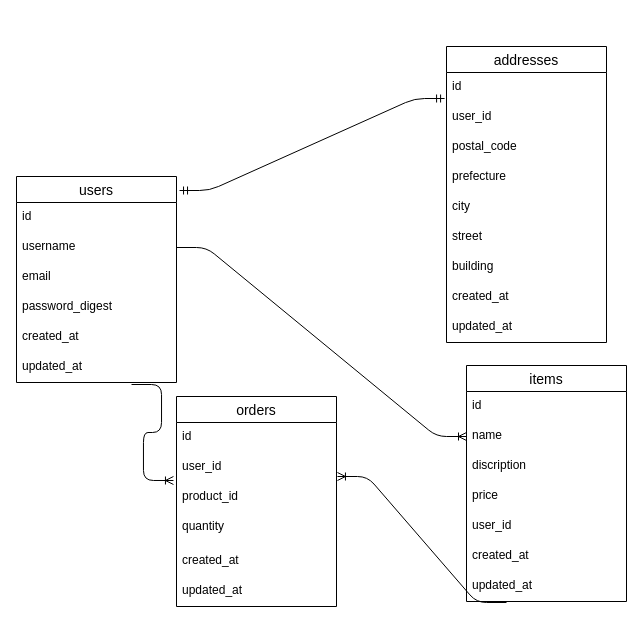
The draw.io diagram app/views/ER.dio in shogo-ohya/furima-39501, before the edit. Source tidied: cells renumbered, new cells numbered last; positions are measured from the earlier drawing's top-left corner, leaving out a move shared by most shapes. Both pictures are drawn from the tidied source at 100%, with x=0, y=0 at pixel (16, 46).
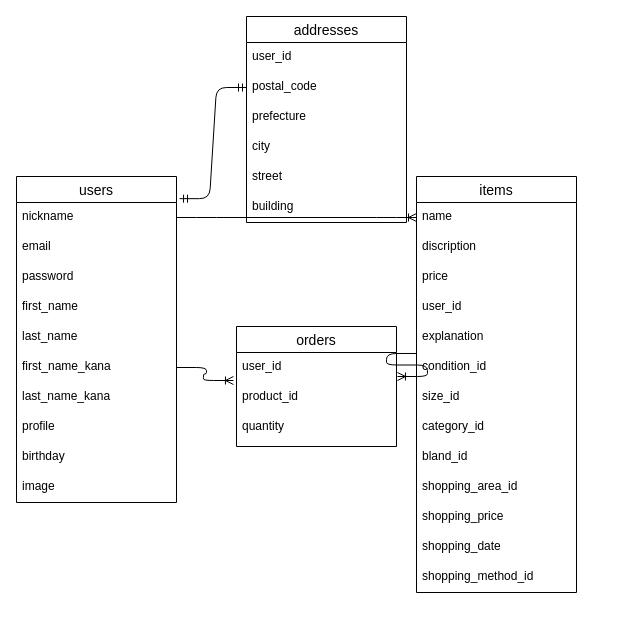
The same diagram, later.

Diff of the diagram source:
```diff
@@
     <mxCell id="2" value="users" style="swimlane;fontStyle=0;horizontal=1;startSize=26;align=center;fontSize=14;strokeColor=default;" parent="1" vertex="1">
-      <mxGeometry y="130" width="160" height="206" as="geometry" />
+      <mxGeometry y="130" width="160" height="326" as="geometry" />
     </mxCell>
-    <mxCell id="3" value="id" style="text;strokeColor=none;fillColor=none;spacingLeft=4;spacingRight=4;overflow=hidden;fontSize=12;" parent="2" vertex="1">
-      <mxGeometry y="26" width="160" height="30" as="geometry" />
-    </mxCell>
-    <mxCell id="4" value="username" style="text;strokeColor=none;fillColor=none;spacingLeft=4;spacingRight=4;overflow=hidden;points=[[0,0.5],[1,0.5]];portConstraint=eastwest;fontSize=12;" parent="2" vertex="1">
-      <mxGeometry y="56" width="160" height="30" as="geometry" />
+    <mxCell id="4" value="nickname" style="text;strokeColor=none;fillColor=none;spacingLeft=4;spacingRight=4;overflow=hidden;points=[[0,0.5],[1,0.5]];portConstraint=eastwest;fontSize=12;" parent="2" vertex="1">
+      <mxGeometry y="26" width="160" height="30" as="geometry" />
     </mxCell>
     <mxCell id="5" value="email" style="text;strokeColor=none;fillColor=none;spacingLeft=4;spacingRight=4;overflow=hidden;fontSize=12;" parent="2" vertex="1">
-      <mxGeometry y="86" width="160" height="30" as="geometry" />
+      <mxGeometry y="56" width="160" height="30" as="geometry" />
     </mxCell>
-    <mxCell id="6" value="password_digest" style="text;strokeColor=none;fillColor=none;spacingLeft=4;spacingRight=4;overflow=hidden;fontSize=12;" parent="2" vertex="1">
-      <mxGeometry y="116" width="160" height="30" as="geometry" />
+    <mxCell id="6" value="password" style="text;strokeColor=none;fillColor=none;spacingLeft=4;spacingRight=4;overflow=hidden;fontSize=12;" parent="2" vertex="1">
+      <mxGeometry y="86" width="160" height="30" as="geometry" />
     </mxCell>
-    <mxCell id="7" value="created_at" style="text;strokeColor=none;fillColor=none;spacingLeft=4;spacingRight=4;overflow=hidden;fontSize=12;" parent="2" vertex="1">
-      <mxGeometry y="146" width="160" height="30" as="geometry" />
+    <mxCell id="7" value="first_name" style="text;strokeColor=none;fillColor=none;spacingLeft=4;spacingRight=4;overflow=hidden;fontSize=12;" parent="2" vertex="1">
+      <mxGeometry y="116" width="160" height="30" as="geometry" />
     </mxCell>
-    <mxCell id="8" value="updated_at" style="text;strokeColor=none;fillColor=none;spacingLeft=4;spacingRight=4;overflow=hidden;points=[[0,0.5],[1,0.5]];portConstraint=eastwest;fontSize=12;" parent="2" vertex="1">
-      <mxGeometry y="176" width="160" height="30" as="geometry" />
+    <mxCell id="8" value="last_name" style="text;strokeColor=none;fillColor=none;spacingLeft=4;spacingRight=4;overflow=hidden;points=[[0,0.5],[1,0.5]];portConstraint=eastwest;fontSize=12;" parent="2" vertex="1">
+      <mxGeometry y="146" width="160" height="30" as="geometry" />
     </mxCell>
+    <mxCell id="38" value="first_name_kana" style="text;strokeColor=none;fillColor=none;spacingLeft=4;spacingRight=4;overflow=hidden;points=[[0,0.5],[1,0.5]];portConstraint=eastwest;fontSize=12;" parent="2" vertex="1">
+      <mxGeometry y="176" width="160" height="30" as="geometry" />
+    </mxCell>
+    <mxCell id="39" value="last_name_kana" style="text;strokeColor=none;fillColor=none;spacingLeft=4;spacingRight=4;overflow=hidden;fontSize=12;" parent="2" vertex="1">
+      <mxGeometry y="206" width="160" height="30" as="geometry" />
+    </mxCell>
+    <mxCell id="40" value="profile" style="text;strokeColor=none;fillColor=none;spacingLeft=4;spacingRight=4;overflow=hidden;fontSize=12;" parent="2" vertex="1">
+      <mxGeometry y="236" width="160" height="30" as="geometry" />
+    </mxCell>
+    <mxCell id="41" value="birthday" style="text;strokeColor=none;fillColor=none;spacingLeft=4;spacingRight=4;overflow=hidden;fontSize=12;" parent="2" vertex="1">
+      <mxGeometry y="266" width="160" height="30" as="geometry" />
+    </mxCell>
+    <mxCell id="42" value="image" style="text;strokeColor=none;fillColor=none;spacingLeft=4;spacingRight=4;overflow=hidden;fontSize=12;" parent="2" vertex="1">
+      <mxGeometry y="296" width="160" height="30" as="geometry" />
+    </mxCell>
     <mxCell id="9" value="items" style="swimlane;fontStyle=0;horizontal=1;startSize=26;align=center;fontSize=14;strokeColor=default;" parent="1" vertex="1">
-      <mxGeometry x="450" y="319" width="160" height="236" as="geometry" />
+      <mxGeometry x="400" y="130" width="160" height="416" as="geometry" />
     </mxCell>
-    <mxCell id="10" value="id" style="text;strokeColor=none;fillColor=none;spacingLeft=4;spacingRight=4;overflow=hidden;fontSize=12;" parent="9" vertex="1">
-      <mxGeometry y="26" width="160" height="30" as="geometry" />
-    </mxCell>
     <mxCell id="11" value="name" style="text;strokeColor=none;fillColor=none;spacingLeft=4;spacingRight=4;overflow=hidden;points=[[0,0.5],[1,0.5]];portConstraint=eastwest;fontSize=12;" parent="9" vertex="1">
-      <mxGeometry y="56" width="160" height="30" as="geometry" />
+      <mxGeometry y="26" width="160" height="30" as="geometry" />
     </mxCell>
     <mxCell id="12" value="discription" style="text;strokeColor=none;fillColor=none;spacingLeft=4;spacingRight=4;overflow=hidden;fontSize=12;" parent="9" vertex="1">
-      <mxGeometry y="86" width="160" height="30" as="geometry" />
+      <mxGeometry y="56" width="160" height="30" as="geometry" />
     </mxCell>
     <mxCell id="13" value="price" style="text;strokeColor=none;fillColor=none;spacingLeft=4;spacingRight=4;overflow=hidden;fontSize=12;" parent="9" vertex="1">
-      <mxGeometry y="116" width="160" height="30" as="geometry" />
+      <mxGeometry y="86" width="160" height="30" as="geometry" />
     </mxCell>
     <mxCell id="14" value="user_id" style="text;strokeColor=none;fillColor=none;spacingLeft=4;spacingRight=4;overflow=hidden;fontSize=12;" parent="9" vertex="1">
-      <mxGeometry y="146" width="160" height="30" as="geometry" />
+      <mxGeometry y="116" width="160" height="30" as="geometry" />
     </mxCell>
-    <mxCell id="15" value="created_at" style="text;strokeColor=none;fillColor=none;spacingLeft=4;spacingRight=4;overflow=hidden;fontSize=12;" parent="9" vertex="1">
-      <mxGeometry y="176" width="160" height="30" as="geometry" />
-    </mxCell>
-    <mxCell id="16" value="updated_at" style="text;strokeColor=none;fillColor=none;spacingLeft=4;spacingRight=4;overflow=hidden;points=[[0,0.5],[1,0.5]];portConstraint=eastwest;fontSize=12;" parent="9" vertex="1">
-      <mxGeometry y="206" width="160" height="30" as="geometry" />
+    <mxCell id="16" value="explanation" style="text;strokeColor=none;fillColor=none;spacingLeft=4;spacingRight=4;overflow=hidden;points=[[0,0.5],[1,0.5]];portConstraint=eastwest;fontSize=12;" parent="9" vertex="1">
+      <mxGeometry y="146" width="160" height="30" as="geometry" />
     </mxCell>
+    <mxCell id="43" value="condition_id" style="text;strokeColor=none;fillColor=none;spacingLeft=4;spacingRight=4;overflow=hidden;points=[[0,0.5],[1,0.5]];portConstraint=eastwest;fontSize=12;" parent="9" vertex="1">
+      <mxGeometry y="176" width="160" height="30" as="geometry" />
+    </mxCell>
+    <mxCell id="44" value="size_id" style="text;strokeColor=none;fillColor=none;spacingLeft=4;spacingRight=4;overflow=hidden;fontSize=12;" parent="9" vertex="1">
+      <mxGeometry y="206" width="160" height="30" as="geometry" />
+    </mxCell>
+    <mxCell id="45" value="category_id" style="text;strokeColor=none;fillColor=none;spacingLeft=4;spacingRight=4;overflow=hidden;fontSize=12;" parent="9" vertex="1">
+      <mxGeometry y="236" width="160" height="30" as="geometry" />
+    </mxCell>
+    <mxCell id="46" value="bland_id" style="text;strokeColor=none;fillColor=none;spacingLeft=4;spacingRight=4;overflow=hidden;fontSize=12;" parent="9" vertex="1">
+      <mxGeometry y="266" width="160" height="30" as="geometry" />
+    </mxCell>
+    <mxCell id="47" value="shopping_area_id" style="text;strokeColor=none;fillColor=none;spacingLeft=4;spacingRight=4;overflow=hidden;fontSize=12;" parent="9" vertex="1">
+      <mxGeometry y="296" width="160" height="30" as="geometry" />
+    </mxCell>
+    <mxCell id="48" value="shopping_price" style="text;strokeColor=none;fillColor=none;spacingLeft=4;spacingRight=4;overflow=hidden;fontSize=12;" parent="9" vertex="1">
+      <mxGeometry y="326" width="160" height="30" as="geometry" />
+    </mxCell>
+    <mxCell id="49" value="shopping_date" style="text;strokeColor=none;fillColor=none;spacingLeft=4;spacingRight=4;overflow=hidden;fontSize=12;" parent="9" vertex="1">
+      <mxGeometry y="356" width="160" height="30" as="geometry" />
+    </mxCell>
+    <mxCell id="50" value="shopping_method_id" style="text;strokeColor=none;fillColor=none;spacingLeft=4;spacingRight=4;overflow=hidden;fontSize=12;" parent="9" vertex="1">
+      <mxGeometry y="386" width="160" height="30" as="geometry" />
+    </mxCell>
@@
     <mxCell id="18" value="orders" style="swimlane;fontStyle=0;horizontal=1;startSize=26;align=center;fontSize=14;strokeColor=default;" parent="1" vertex="1">
-      <mxGeometry x="160" y="350" width="160" height="210" as="geometry" />
+      <mxGeometry x="220" y="280" width="160" height="120" as="geometry" />
     </mxCell>
-    <mxCell id="19" value="id" style="text;strokeColor=none;fillColor=none;spacingLeft=4;spacingRight=4;overflow=hidden;fontSize=12;" parent="18" vertex="1">
-      <mxGeometry y="26" width="160" height="30" as="geometry" />
-    </mxCell>
     <mxCell id="20" value="user_id" style="text;strokeColor=none;fillColor=none;spacingLeft=4;spacingRight=4;overflow=hidden;points=[[0,0.5],[1,0.5]];portConstraint=eastwest;fontSize=12;" parent="18" vertex="1">
-      <mxGeometry y="56" width="160" height="30" as="geometry" />
+      <mxGeometry y="26" width="160" height="30" as="geometry" />
     </mxCell>
     <mxCell id="21" value="product_id" style="text;strokeColor=none;fillColor=none;spacingLeft=4;spacingRight=4;overflow=hidden;fontSize=12;" parent="18" vertex="1">
-      <mxGeometry y="86" width="160" height="30" as="geometry" />
+      <mxGeometry y="56" width="160" height="30" as="geometry" />
     </mxCell>
     <mxCell id="22" value="quantity" style="text;strokeColor=none;fillColor=none;spacingLeft=4;spacingRight=4;overflow=hidden;fontSize=12;" parent="18" vertex="1">
-      <mxGeometry y="116" width="160" height="34" as="geometry" />
+      <mxGeometry y="86" width="160" height="34" as="geometry" />
     </mxCell>
-    <mxCell id="23" value="created_at" style="text;strokeColor=none;fillColor=none;spacingLeft=4;spacingRight=4;overflow=hidden;fontSize=12;" parent="18" vertex="1">
-      <mxGeometry y="150" width="160" height="30" as="geometry" />
-    </mxCell>
-    <mxCell id="24" value="updated_at" style="text;strokeColor=none;fillColor=none;spacingLeft=4;spacingRight=4;overflow=hidden;fontSize=12;" parent="18" vertex="1">
-      <mxGeometry y="180" width="160" height="30" as="geometry" />
-    </mxCell>
-    <mxCell id="25" style="edgeStyle=entityRelationEdgeStyle;fontSize=12;html=1;endArrow=ERoneToMany;rounded=1;entryX=-0.019;entryY=0.933;entryDx=0;entryDy=0;entryPerimeter=0;exitX=0.719;exitY=1.067;exitDx=0;exitDy=0;exitPerimeter=0;" parent="1" edge="1" source="8" target="20">
+    <mxCell id="25" style="edgeStyle=entityRelationEdgeStyle;fontSize=12;html=1;endArrow=ERoneToMany;rounded=1;entryX=-0.019;entryY=0.933;entryDx=0;entryDy=0;entryPerimeter=0;exitX=1;exitY=0.5;exitDx=0;exitDy=0;" parent="1" edge="1" source="38" target="20">
       <mxGeometry relative="1" as="geometry" />
     </mxCell>
-    <mxCell id="26" style="edgeStyle=entityRelationEdgeStyle;fontSize=12;html=1;endArrow=ERoneToMany;rounded=1;entryX=1.006;entryY=0.8;entryDx=0;entryDy=0;entryPerimeter=0;exitX=0.25;exitY=1.033;exitDx=0;exitDy=0;exitPerimeter=0;" parent="1" edge="1" source="16" target="20">
+    <mxCell id="26" style="edgeStyle=entityRelationEdgeStyle;fontSize=12;html=1;endArrow=ERoneToMany;rounded=1;entryX=1.006;entryY=0.8;entryDx=0;entryDy=0;entryPerimeter=0;exitX=0;exitY=0.033;exitDx=0;exitDy=0;exitPerimeter=0;" parent="1" edge="1" source="43" target="20">
       <mxGeometry relative="1" as="geometry" />
     </mxCell>
     <mxCell id="27" value="addresses" style="swimlane;fontStyle=0;horizontal=1;startSize=26;align=center;fontSize=14;" parent="1" vertex="1">
-      <mxGeometry x="430" width="160" height="296" as="geometry" />
+      <mxGeometry x="230" y="-30" width="160" height="206" as="geometry" />
     </mxCell>
-    <mxCell id="28" value="id" style="text;strokeColor=none;fillColor=none;spacingLeft=4;spacingRight=4;overflow=hidden;points=[[0,0.5],[1,0.5]];portConstraint=eastwest;fontSize=12;" parent="27" vertex="1">
-      <mxGeometry y="26" width="160" height="30" as="geometry" />
-    </mxCell>
     <mxCell id="29" value="user_id" style="text;strokeColor=none;fillColor=none;spacingLeft=4;spacingRight=4;overflow=hidden;fontSize=12;" parent="27" vertex="1">
-      <mxGeometry y="56" width="160" height="30" as="geometry" />
+      <mxGeometry y="26" width="160" height="30" as="geometry" />
     </mxCell>
     <mxCell id="30" value="postal_code" style="text;strokeColor=none;fillColor=none;spacingLeft=4;spacingRight=4;overflow=hidden;points=[[0,0.5],[1,0.5]];portConstraint=eastwest;fontSize=12;" parent="27" vertex="1">
-      <mxGeometry y="86" width="160" height="30" as="geometry" />
+      <mxGeometry y="56" width="160" height="30" as="geometry" />
     </mxCell>
     <mxCell id="31" value="prefecture" style="text;strokeColor=none;fillColor=none;spacingLeft=4;spacingRight=4;overflow=hidden;fontSize=12;" parent="27" vertex="1">
-      <mxGeometry y="116" width="160" height="30" as="geometry" />
+      <mxGeometry y="86" width="160" height="30" as="geometry" />
     </mxCell>
     <mxCell id="32" value="city" style="text;strokeColor=none;fillColor=none;spacingLeft=4;spacingRight=4;overflow=hidden;fontSize=12;" parent="27" vertex="1">
-      <mxGeometry y="146" width="160" height="30" as="geometry" />
+      <mxGeometry y="116" width="160" height="30" as="geometry" />
     </mxCell>
     <mxCell id="33" value="street" style="text;strokeColor=none;fillColor=none;spacingLeft=4;spacingRight=4;overflow=hidden;fontSize=12;" parent="27" vertex="1">
-      <mxGeometry y="176" width="160" height="30" as="geometry" />
+      <mxGeometry y="146" width="160" height="30" as="geometry" />
     </mxCell>
     <mxCell id="34" value="building" style="text;strokeColor=none;fillColor=none;spacingLeft=4;spacingRight=4;overflow=hidden;fontSize=12;" parent="27" vertex="1">
-      <mxGeometry y="206" width="160" height="30" as="geometry" />
+      <mxGeometry y="176" width="160" height="30" as="geometry" />
     </mxCell>
-    <mxCell id="35" value="created_at" style="text;strokeColor=none;fillColor=none;spacingLeft=4;spacingRight=4;overflow=hidden;fontSize=12;" parent="27" vertex="1">
-      <mxGeometry y="236" width="160" height="30" as="geometry" />
-    </mxCell>
-    <mxCell id="36" value="updated_at" style="text;strokeColor=none;fillColor=none;spacingLeft=4;spacingRight=4;overflow=hidden;fontSize=12;" parent="27" vertex="1">
-      <mxGeometry y="266" width="160" height="30" as="geometry" />
-    </mxCell>
-    <mxCell id="37" style="edgeStyle=entityRelationEdgeStyle;fontSize=12;html=1;endArrow=ERmandOne;startArrow=ERmandOne;exitX=1.019;exitY=0.068;exitDx=0;exitDy=0;exitPerimeter=0;entryX=-0.012;entryY=0.867;entryDx=0;entryDy=0;entryPerimeter=0;" parent="1" edge="1" source="2" target="28">
+    <mxCell id="37" style="edgeStyle=entityRelationEdgeStyle;fontSize=12;html=1;endArrow=ERmandOne;startArrow=ERmandOne;exitX=1.019;exitY=0.068;exitDx=0;exitDy=0;exitPerimeter=0;" parent="1" edge="1" source="2" target="30">
       <mxGeometry relative="1" as="geometry" />
     </mxCell>
```
